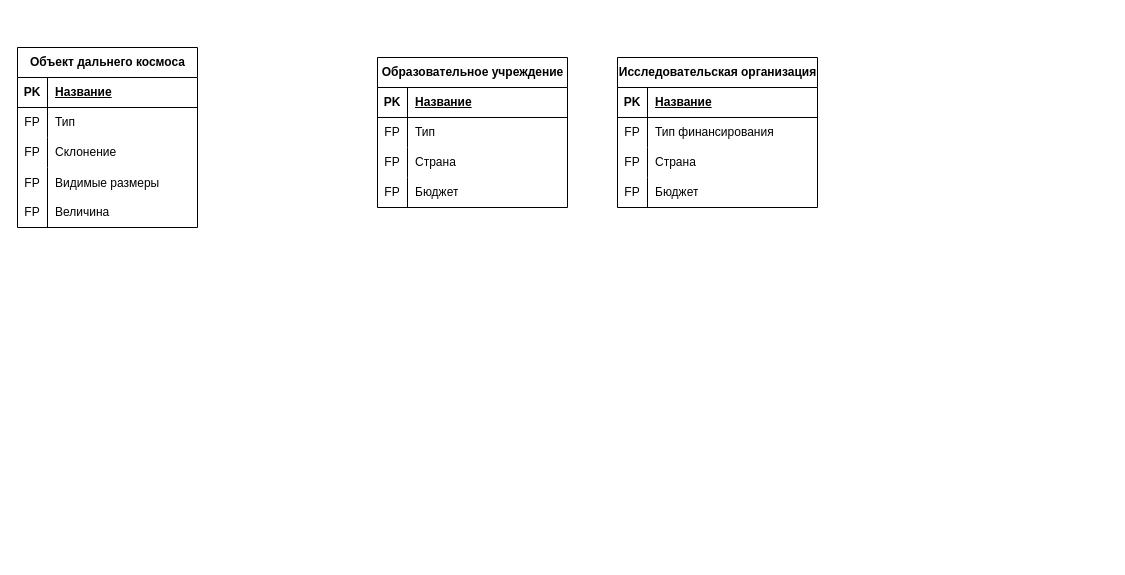
This is Таблицы/Схема.drawio from Nebulaner/Theoretical_base_of_DB, a draw.io file, before an edit. Source tidied: cells renumbered, new cells numbered last; positions are measured from the earlier drawing's top-left corner, leaving out a move shared by most shapes. Both pictures are drawn from the tidied source at 100%, with x=0, y=0 at pixel (17, 47).
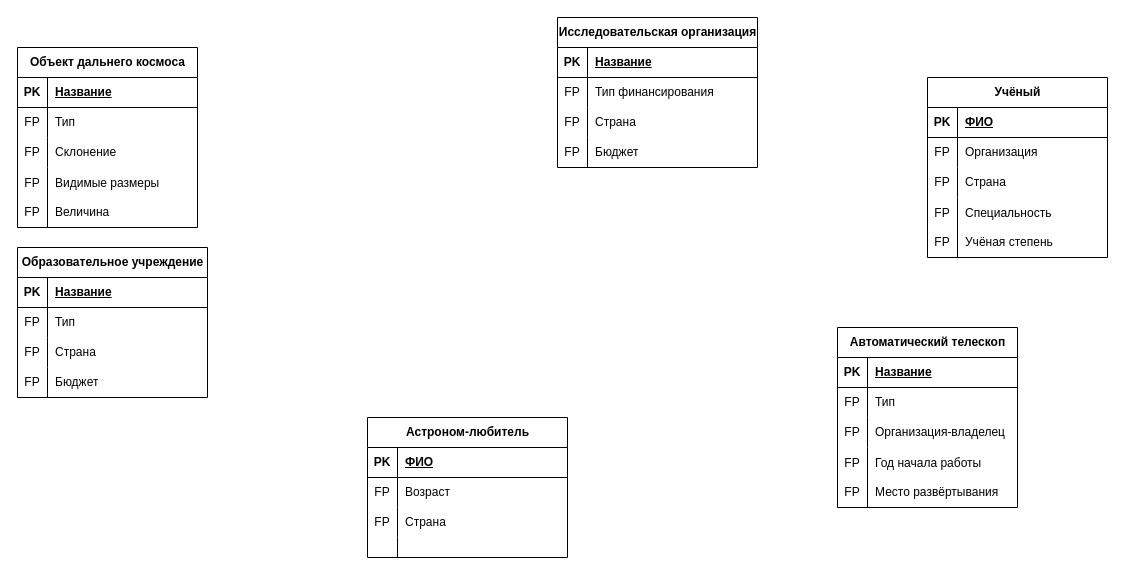
The same page after the edit.

Change to the diagram source:
```diff
@@
     <mxCell id="15" value="Образовательное учреждение" style="shape=table;startSize=30;childLayout=tableLayout;rowLines=0;fontStyle=1;align=center;html=1;" parent="1" vertex="1">
-      <mxGeometry x="360" y="10" width="190" height="150" as="geometry" />
+      <mxGeometry y="200" width="190" height="150" as="geometry" />
     </mxCell>
@@
     <mxCell id="28" value="Исследовательская организация" style="shape=table;startSize=30;childLayout=tableLayout;rowLines=0;fontStyle=1;align=center;html=1;" parent="1" vertex="1">
-      <mxGeometry x="600" y="10" width="200" height="150" as="geometry" />
+      <mxGeometry x="540" y="-30" width="200" height="150" as="geometry" />
     </mxCell>
@@
+    <mxCell id="41" value="Учёный" style="shape=table;startSize=30;childLayout=tableLayout;rowLines=0;fontStyle=1;align=center;html=1;" parent="1" vertex="1">
+      <mxGeometry x="910" y="30" width="180" height="180" as="geometry" />
+    </mxCell>
+    <mxCell id="42" style="shape=tableRow;horizontal=0;startSize=0;swimlaneHead=0;swimlaneBody=0;fillColor=none;top=0;left=0;right=0;bottom=1;" parent="41" vertex="1">
+      <mxGeometry y="30" width="180" height="30" as="geometry" />
+    </mxCell>
+    <mxCell id="43" value="PK" style="shape=partialRectangle;fillColor=none;top=0;left=0;bottom=0;right=0;fontStyle=1;overflow=hidden;whiteSpace=wrap;html=1;" parent="42" vertex="1">
+      <mxGeometry width="30" height="30" as="geometry" />
+    </mxCell>
+    <mxCell id="44" value="ФИО" style="shape=partialRectangle;fillColor=none;top=0;left=0;bottom=0;right=0;align=left;spacingLeft=6;fontStyle=5;overflow=hidden;whiteSpace=wrap;html=1;" parent="42" vertex="1">
+      <mxGeometry x="30" width="150" height="30" as="geometry" />
+    </mxCell>
+    <mxCell id="45" style="shape=tableRow;horizontal=0;startSize=0;swimlaneHead=0;swimlaneBody=0;fillColor=none;top=0;left=0;right=0;bottom=0;" parent="41" vertex="1">
+      <mxGeometry y="60" width="180" height="30" as="geometry" />
+    </mxCell>
+    <mxCell id="46" value="FP" style="shape=partialRectangle;fillColor=none;top=0;left=0;bottom=0;right=0;overflow=hidden;whiteSpace=wrap;html=1;" parent="45" vertex="1">
+      <mxGeometry width="30" height="30" as="geometry" />
+    </mxCell>
+    <mxCell id="47" value="Организация" style="shape=partialRectangle;fillColor=none;top=0;left=0;bottom=0;right=0;align=left;spacingLeft=6;overflow=hidden;whiteSpace=wrap;html=1;" parent="45" vertex="1">
+      <mxGeometry x="30" width="150" height="30" as="geometry" />
+    </mxCell>
+    <mxCell id="48" style="shape=tableRow;horizontal=0;startSize=0;swimlaneHead=0;swimlaneBody=0;fillColor=none;top=0;left=0;right=0;bottom=0;" parent="41" vertex="1">
+      <mxGeometry y="90" width="180" height="30" as="geometry" />
+    </mxCell>
+    <mxCell id="49" value="FP" style="shape=partialRectangle;fillColor=none;top=0;left=0;bottom=0;right=0;overflow=hidden;whiteSpace=wrap;html=1;" parent="48" vertex="1">
+      <mxGeometry width="30" height="30" as="geometry" />
+    </mxCell>
+    <mxCell id="50" value="Страна" style="shape=partialRectangle;fillColor=none;top=0;left=0;bottom=0;right=0;align=left;spacingLeft=6;overflow=hidden;whiteSpace=wrap;html=1;" parent="48" vertex="1">
+      <mxGeometry x="30" width="150" height="30" as="geometry" />
+    </mxCell>
+    <mxCell id="51" style="shape=tableRow;horizontal=0;startSize=0;swimlaneHead=0;swimlaneBody=0;fillColor=none;top=0;left=0;right=0;bottom=0;" parent="41" vertex="1">
+      <mxGeometry y="120" width="180" height="60" as="geometry" />
+    </mxCell>
+    <mxCell id="52" value="FP&lt;div&gt;&lt;br&gt;&lt;/div&gt;&lt;div&gt;FP&lt;/div&gt;" style="shape=partialRectangle;fillColor=none;top=0;left=0;bottom=0;right=0;overflow=hidden;whiteSpace=wrap;html=1;" parent="51" vertex="1">
+      <mxGeometry width="30" height="60" as="geometry" />
+    </mxCell>
+    <mxCell id="53" value="Специальность&lt;div&gt;&lt;br&gt;&lt;/div&gt;&lt;div&gt;Учёная степень&lt;/div&gt;" style="shape=partialRectangle;fillColor=none;top=0;left=0;bottom=0;right=0;align=left;spacingLeft=6;overflow=hidden;whiteSpace=wrap;html=1;" parent="51" vertex="1">
+      <mxGeometry x="30" width="150" height="60" as="geometry" />
+    </mxCell>
+    <mxCell id="54" value="Астроном-любитель" style="shape=table;startSize=30;childLayout=tableLayout;rowLines=0;fontStyle=1;align=center;html=1;" parent="1" vertex="1">
+      <mxGeometry x="350" y="370" width="200" height="140" as="geometry" />
+    </mxCell>
+    <mxCell id="55" style="shape=tableRow;horizontal=0;startSize=0;swimlaneHead=0;swimlaneBody=0;fillColor=none;top=0;left=0;right=0;bottom=1;" parent="54" vertex="1">
+      <mxGeometry y="30" width="200" height="30" as="geometry" />
+    </mxCell>
+    <mxCell id="56" value="PK" style="shape=partialRectangle;fillColor=none;top=0;left=0;bottom=0;right=0;fontStyle=1;overflow=hidden;whiteSpace=wrap;html=1;" parent="55" vertex="1">
+      <mxGeometry width="30" height="30" as="geometry" />
+    </mxCell>
+    <mxCell id="57" value="ФИО" style="shape=partialRectangle;fillColor=none;top=0;left=0;bottom=0;right=0;align=left;spacingLeft=6;fontStyle=5;overflow=hidden;whiteSpace=wrap;html=1;" parent="55" vertex="1">
+      <mxGeometry x="30" width="170" height="30" as="geometry" />
+    </mxCell>
+    <mxCell id="58" style="shape=tableRow;horizontal=0;startSize=0;swimlaneHead=0;swimlaneBody=0;fillColor=none;top=0;left=0;right=0;bottom=0;" parent="54" vertex="1">
+      <mxGeometry y="60" width="200" height="30" as="geometry" />
+    </mxCell>
+    <mxCell id="59" value="FP" style="shape=partialRectangle;fillColor=none;top=0;left=0;bottom=0;right=0;overflow=hidden;whiteSpace=wrap;html=1;" parent="58" vertex="1">
+      <mxGeometry width="30" height="30" as="geometry" />
+    </mxCell>
+    <mxCell id="60" value="Возраст" style="shape=partialRectangle;fillColor=none;top=0;left=0;bottom=0;right=0;align=left;spacingLeft=6;overflow=hidden;whiteSpace=wrap;html=1;" parent="58" vertex="1">
+      <mxGeometry x="30" width="170" height="30" as="geometry" />
+    </mxCell>
+    <mxCell id="61" style="shape=tableRow;horizontal=0;startSize=0;swimlaneHead=0;swimlaneBody=0;fillColor=none;top=0;left=0;right=0;bottom=0;" parent="54" vertex="1">
+      <mxGeometry y="90" width="200" height="30" as="geometry" />
+    </mxCell>
+    <mxCell id="62" value="FP" style="shape=partialRectangle;fillColor=none;top=0;left=0;bottom=0;right=0;overflow=hidden;whiteSpace=wrap;html=1;" parent="61" vertex="1">
+      <mxGeometry width="30" height="30" as="geometry" />
+    </mxCell>
+    <mxCell id="63" value="Страна" style="shape=partialRectangle;fillColor=none;top=0;left=0;bottom=0;right=0;align=left;spacingLeft=6;overflow=hidden;whiteSpace=wrap;html=1;" parent="61" vertex="1">
+      <mxGeometry x="30" width="170" height="30" as="geometry" />
+    </mxCell>
+    <mxCell id="64" style="shape=tableRow;horizontal=0;startSize=0;swimlaneHead=0;swimlaneBody=0;fillColor=none;top=0;left=0;right=0;bottom=0;" parent="54" vertex="1">
+      <mxGeometry y="120" width="200" height="20" as="geometry" />
+    </mxCell>
+    <mxCell id="65" style="shape=partialRectangle;fillColor=none;top=0;left=0;bottom=0;right=0;overflow=hidden;whiteSpace=wrap;html=1;" parent="64" vertex="1">
+      <mxGeometry width="30" height="20" as="geometry" />
+    </mxCell>
+    <mxCell id="66" style="shape=partialRectangle;fillColor=none;top=0;left=0;bottom=0;right=0;align=left;spacingLeft=6;overflow=hidden;whiteSpace=wrap;html=1;" parent="64" vertex="1">
+      <mxGeometry x="30" width="170" height="20" as="geometry" />
+    </mxCell>
+    <mxCell id="67" value="Автоматический телескоп" style="shape=table;startSize=30;childLayout=tableLayout;rowLines=0;fontStyle=1;align=center;html=1;" parent="1" vertex="1">
+      <mxGeometry x="820" y="280" width="180" height="180" as="geometry" />
+    </mxCell>
+    <mxCell id="68" style="shape=tableRow;horizontal=0;startSize=0;swimlaneHead=0;swimlaneBody=0;fillColor=none;top=0;left=0;right=0;bottom=1;" parent="67" vertex="1">
+      <mxGeometry y="30" width="180" height="30" as="geometry" />
+    </mxCell>
+    <mxCell id="69" value="PK" style="shape=partialRectangle;fillColor=none;top=0;left=0;bottom=0;right=0;fontStyle=1;overflow=hidden;whiteSpace=wrap;html=1;" parent="68" vertex="1">
+      <mxGeometry width="30" height="30" as="geometry" />
+    </mxCell>
+    <mxCell id="70" value="Название" style="shape=partialRectangle;fillColor=none;top=0;left=0;bottom=0;right=0;align=left;spacingLeft=6;fontStyle=5;overflow=hidden;whiteSpace=wrap;html=1;" parent="68" vertex="1">
+      <mxGeometry x="30" width="150" height="30" as="geometry" />
+    </mxCell>
+    <mxCell id="71" style="shape=tableRow;horizontal=0;startSize=0;swimlaneHead=0;swimlaneBody=0;fillColor=none;top=0;left=0;right=0;bottom=0;" parent="67" vertex="1">
+      <mxGeometry y="60" width="180" height="30" as="geometry" />
+    </mxCell>
+    <mxCell id="72" value="FP" style="shape=partialRectangle;fillColor=none;top=0;left=0;bottom=0;right=0;overflow=hidden;whiteSpace=wrap;html=1;" parent="71" vertex="1">
+      <mxGeometry width="30" height="30" as="geometry" />
+    </mxCell>
+    <mxCell id="73" value="Тип" style="shape=partialRectangle;fillColor=none;top=0;left=0;bottom=0;right=0;align=left;spacingLeft=6;overflow=hidden;whiteSpace=wrap;html=1;" parent="71" vertex="1">
+      <mxGeometry x="30" width="150" height="30" as="geometry" />
+    </mxCell>
+    <mxCell id="74" style="shape=tableRow;horizontal=0;startSize=0;swimlaneHead=0;swimlaneBody=0;fillColor=none;top=0;left=0;right=0;bottom=0;" parent="67" vertex="1">
+      <mxGeometry y="90" width="180" height="30" as="geometry" />
+    </mxCell>
+    <mxCell id="75" value="FP" style="shape=partialRectangle;fillColor=none;top=0;left=0;bottom=0;right=0;overflow=hidden;whiteSpace=wrap;html=1;" parent="74" vertex="1">
+      <mxGeometry width="30" height="30" as="geometry" />
+    </mxCell>
+    <mxCell id="76" value="Организация-владелец" style="shape=partialRectangle;fillColor=none;top=0;left=0;bottom=0;right=0;align=left;spacingLeft=6;overflow=hidden;whiteSpace=wrap;html=1;" parent="74" vertex="1">
+      <mxGeometry x="30" width="150" height="30" as="geometry" />
+    </mxCell>
+    <mxCell id="77" style="shape=tableRow;horizontal=0;startSize=0;swimlaneHead=0;swimlaneBody=0;fillColor=none;top=0;left=0;right=0;bottom=0;" parent="67" vertex="1">
+      <mxGeometry y="120" width="180" height="60" as="geometry" />
+    </mxCell>
+    <mxCell id="78" value="FP&lt;div&gt;&lt;br&gt;&lt;/div&gt;&lt;div&gt;FP&lt;/div&gt;" style="shape=partialRectangle;fillColor=none;top=0;left=0;bottom=0;right=0;overflow=hidden;whiteSpace=wrap;html=1;" parent="77" vertex="1">
+      <mxGeometry width="30" height="60" as="geometry" />
+    </mxCell>
+    <mxCell id="79" value="Год начала работы&lt;div&gt;&lt;br&gt;&lt;/div&gt;&lt;div&gt;Место развёртывания&lt;/div&gt;" style="shape=partialRectangle;fillColor=none;top=0;left=0;bottom=0;right=0;align=left;spacingLeft=6;overflow=hidden;whiteSpace=wrap;html=1;" parent="77" vertex="1">
+      <mxGeometry x="30" width="150" height="60" as="geometry" />
+    </mxCell>
```
